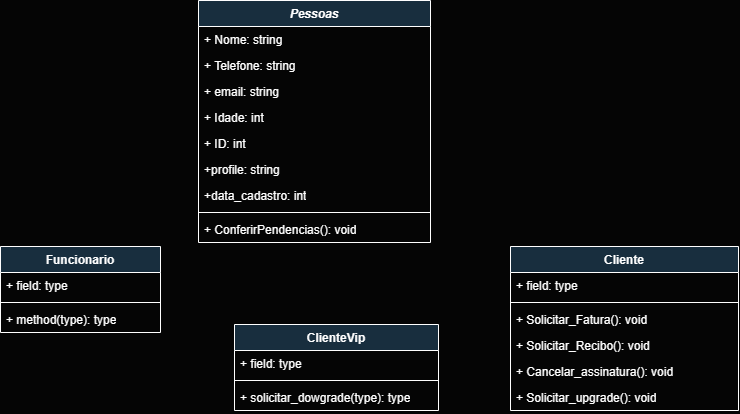
Joaobcamargos/POO-ProjetoFinal keeps this draw.io diagram as UML/ProjetoFinalUML.png. Above is the earlier version. Source tidied: cells renumbered, new cells last; positions are measured from the earlier drawing's top-left corner, leaving out a move shared by most shapes. Its diagram source:
```xml
<mxGraphModel background="#050505">
  <root>
    <mxCell id="0" />
    <mxCell id="1" parent="0" />
    <mxCell id="2" value="&lt;i&gt;Pessoas&lt;/i&gt;" style="swimlane;fontStyle=1;align=center;verticalAlign=top;horizontal=1;startSize=26;whiteSpace=wrap;html=1;strokeColor=#FFFFFF;fontColor=#FFFFFF;fillColor=#182E3E;" parent="1" vertex="1">
      <mxGeometry x="198" width="232" height="242" as="geometry" />
    </mxCell>
    <mxCell id="3" value="+ Nome: string" style="text;strokeColor=none;fillColor=none;align=left;verticalAlign=top;spacingLeft=4;spacingRight=4;overflow=hidden;whiteSpace=wrap;html=1;fontColor=#FFFFFF;" parent="2" vertex="1">
      <mxGeometry y="26" width="232" height="26" as="geometry" />
    </mxCell>
    <mxCell id="4" value="+ Telefone: string" style="text;strokeColor=none;fillColor=none;align=left;verticalAlign=top;spacingLeft=4;spacingRight=4;overflow=hidden;whiteSpace=wrap;html=1;fontColor=#FFFFFF;" parent="2" vertex="1">
      <mxGeometry y="52" width="232" height="26" as="geometry" />
    </mxCell>
    <mxCell id="5" value="+ email: string" style="text;strokeColor=none;fillColor=none;align=left;verticalAlign=top;spacingLeft=4;spacingRight=4;overflow=hidden;whiteSpace=wrap;html=1;fontColor=#FFFFFF;" parent="2" vertex="1">
      <mxGeometry y="78" width="232" height="26" as="geometry" />
    </mxCell>
    <mxCell id="6" value="+ Idade: int" style="text;strokeColor=none;fillColor=none;align=left;verticalAlign=top;spacingLeft=4;spacingRight=4;overflow=hidden;whiteSpace=wrap;html=1;fontColor=#FFFFFF;" parent="2" vertex="1">
      <mxGeometry y="104" width="232" height="26" as="geometry" />
    </mxCell>
    <mxCell id="7" value="+ ID: int" style="text;strokeColor=none;fillColor=none;align=left;verticalAlign=top;spacingLeft=4;spacingRight=4;overflow=hidden;whiteSpace=wrap;html=1;fontColor=#FFFFFF;" parent="2" vertex="1">
      <mxGeometry y="130" width="232" height="26" as="geometry" />
    </mxCell>
    <mxCell id="8" value="+profile: string" style="text;strokeColor=none;fillColor=none;align=left;verticalAlign=top;spacingLeft=4;spacingRight=4;overflow=hidden;whiteSpace=wrap;html=1;fontColor=#FFFFFF;" parent="2" vertex="1">
      <mxGeometry y="156" width="232" height="26" as="geometry" />
    </mxCell>
    <mxCell id="9" value="+data_cadastro: int" style="text;strokeColor=none;fillColor=none;align=left;verticalAlign=top;spacingLeft=4;spacingRight=4;overflow=hidden;whiteSpace=wrap;html=1;fontColor=#FFFFFF;" parent="2" vertex="1">
      <mxGeometry y="182" width="232" height="26" as="geometry" />
    </mxCell>
    <mxCell id="10" style="line;strokeWidth=1;fillColor=none;align=left;verticalAlign=middle;spacingTop=-1;spacingLeft=3;spacingRight=3;labelPosition=right;strokeColor=inherit;fontColor=#FFFFFF;" parent="2" vertex="1">
      <mxGeometry y="208" width="232" height="8" as="geometry" />
    </mxCell>
    <mxCell id="11" value="+ ConferirPendencias(): void" style="text;strokeColor=none;fillColor=none;align=left;verticalAlign=top;spacingLeft=4;spacingRight=4;overflow=hidden;whiteSpace=wrap;html=1;fontColor=#FFFFFF;" parent="2" vertex="1">
      <mxGeometry y="216" width="232" height="26" as="geometry" />
    </mxCell>
    <mxCell id="12" value="Cliente" style="swimlane;fontStyle=1;align=center;verticalAlign=top;horizontal=1;startSize=26;whiteSpace=wrap;html=1;strokeColor=#FFFFFF;fontColor=#FFFFFF;fillColor=#182E3E;" parent="1" vertex="1">
      <mxGeometry x="510" y="246" width="228" height="164" as="geometry" />
    </mxCell>
    <mxCell id="13" value="+ field: type" style="text;strokeColor=none;fillColor=none;align=left;verticalAlign=top;spacingLeft=4;spacingRight=4;overflow=hidden;whiteSpace=wrap;html=1;fontColor=#FFFFFF;" parent="12" vertex="1">
      <mxGeometry y="26" width="228" height="26" as="geometry" />
    </mxCell>
    <mxCell id="14" style="line;strokeWidth=1;fillColor=none;align=left;verticalAlign=middle;spacingTop=-1;spacingLeft=3;spacingRight=3;labelPosition=right;strokeColor=inherit;fontColor=#FFFFFF;" parent="12" vertex="1">
      <mxGeometry y="52" width="228" height="8" as="geometry" />
    </mxCell>
    <mxCell id="15" value="+ Solicitar_Fatura(): void" style="text;strokeColor=none;fillColor=none;align=left;verticalAlign=top;spacingLeft=4;spacingRight=4;overflow=hidden;whiteSpace=wrap;html=1;fontColor=#FFFFFF;" parent="12" vertex="1">
      <mxGeometry y="60" width="228" height="26" as="geometry" />
    </mxCell>
    <mxCell id="16" value="+ Solicitar_Recibo(): void" style="text;strokeColor=none;fillColor=none;align=left;verticalAlign=top;spacingLeft=4;spacingRight=4;overflow=hidden;whiteSpace=wrap;html=1;fontColor=#FFFFFF;" parent="12" vertex="1">
      <mxGeometry y="86" width="228" height="26" as="geometry" />
    </mxCell>
    <mxCell id="17" value="+ Cancelar_assinatura(): void" style="text;strokeColor=none;fillColor=none;align=left;verticalAlign=top;spacingLeft=4;spacingRight=4;overflow=hidden;whiteSpace=wrap;html=1;fontColor=#FFFFFF;" parent="12" vertex="1">
      <mxGeometry y="112" width="228" height="26" as="geometry" />
    </mxCell>
    <mxCell id="18" value="+ Solicitar_upgrade(): void" style="text;strokeColor=none;fillColor=none;align=left;verticalAlign=top;spacingLeft=4;spacingRight=4;overflow=hidden;whiteSpace=wrap;html=1;fontColor=#FFFFFF;" parent="12" vertex="1">
      <mxGeometry y="138" width="228" height="26" as="geometry" />
    </mxCell>
    <mxCell id="19" value="Funcionario&lt;div&gt;&lt;br&gt;&lt;/div&gt;" style="swimlane;fontStyle=1;align=center;verticalAlign=top;horizontal=1;startSize=26;whiteSpace=wrap;html=1;strokeColor=#FFFFFF;fontColor=#FFFFFF;fillColor=#182E3E;" parent="1" vertex="1">
      <mxGeometry y="246" width="160" height="86" as="geometry" />
    </mxCell>
    <mxCell id="20" value="+ field: type" style="text;strokeColor=none;fillColor=none;align=left;verticalAlign=top;spacingLeft=4;spacingRight=4;overflow=hidden;whiteSpace=wrap;html=1;fontColor=#FFFFFF;" parent="19" vertex="1">
      <mxGeometry y="26" width="160" height="26" as="geometry" />
    </mxCell>
    <mxCell id="21" style="line;strokeWidth=1;fillColor=none;align=left;verticalAlign=middle;spacingTop=-1;spacingLeft=3;spacingRight=3;labelPosition=right;strokeColor=inherit;fontColor=#FFFFFF;" parent="19" vertex="1">
      <mxGeometry y="52" width="160" height="8" as="geometry" />
    </mxCell>
    <mxCell id="22" value="+ method(type): type" style="text;strokeColor=none;fillColor=none;align=left;verticalAlign=top;spacingLeft=4;spacingRight=4;overflow=hidden;whiteSpace=wrap;html=1;fontColor=#FFFFFF;" parent="19" vertex="1">
      <mxGeometry y="60" width="160" height="26" as="geometry" />
    </mxCell>
    <mxCell id="23" value="ClienteVip" style="swimlane;fontStyle=1;align=center;verticalAlign=top;horizontal=1;startSize=26;whiteSpace=wrap;html=1;strokeColor=#FFFFFF;fontColor=#FFFFFF;fillColor=#182E3E;" parent="1" vertex="1">
      <mxGeometry x="234" y="324" width="204" height="86" as="geometry" />
    </mxCell>
    <mxCell id="24" value="+ field: type" style="text;strokeColor=none;fillColor=none;align=left;verticalAlign=top;spacingLeft=4;spacingRight=4;overflow=hidden;whiteSpace=wrap;html=1;fontColor=#FFFFFF;" parent="23" vertex="1">
      <mxGeometry y="26" width="204" height="26" as="geometry" />
    </mxCell>
    <mxCell id="25" style="line;strokeWidth=1;fillColor=none;align=left;verticalAlign=middle;spacingTop=-1;spacingLeft=3;spacingRight=3;labelPosition=right;strokeColor=inherit;fontColor=#FFFFFF;" parent="23" vertex="1">
      <mxGeometry y="52" width="204" height="8" as="geometry" />
    </mxCell>
    <mxCell id="26" value="+ solicitar_dowgrade(type): type" style="text;strokeColor=none;fillColor=none;align=left;verticalAlign=top;spacingLeft=4;spacingRight=4;overflow=hidden;whiteSpace=wrap;html=1;fontColor=#FFFFFF;" parent="23" vertex="1">
      <mxGeometry y="60" width="204" height="26" as="geometry" />
    </mxCell>
  </root>
</mxGraphModel>
```
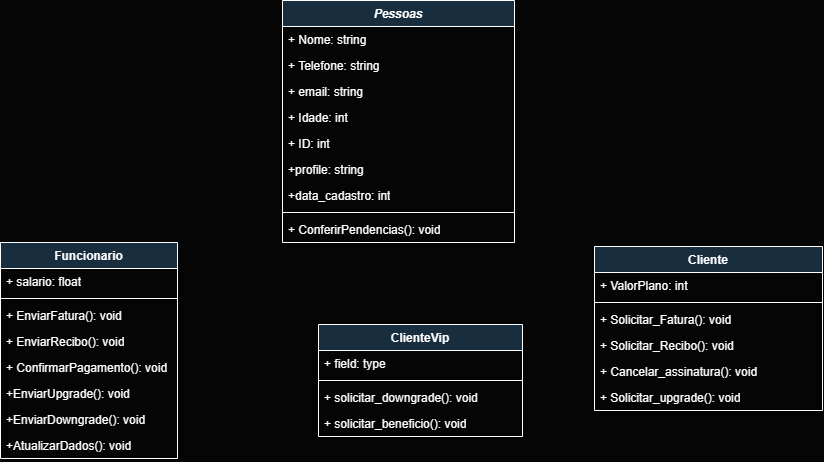
Later version of the same file.

Change to the diagram source:
```diff
@@ -35,7 +35,7 @@
     <mxCell id="12" value="Cliente" style="swimlane;fontStyle=1;align=center;verticalAlign=top;horizontal=1;startSize=26;whiteSpace=wrap;html=1;strokeColor=#FFFFFF;fontColor=#FFFFFF;fillColor=#182E3E;" parent="1" vertex="1">
       <mxGeometry x="510" y="246" width="228" height="164" as="geometry" />
     </mxCell>
-    <mxCell id="13" value="+ field: type" style="text;strokeColor=none;fillColor=none;align=left;verticalAlign=top;spacingLeft=4;spacingRight=4;overflow=hidden;whiteSpace=wrap;html=1;fontColor=#FFFFFF;" parent="12" vertex="1">
+    <mxCell id="13" value="+ ValorPlano: int" style="text;strokeColor=none;fillColor=none;align=left;verticalAlign=top;spacingLeft=4;spacingRight=4;overflow=hidden;whiteSpace=wrap;html=1;fontColor=#FFFFFF;" parent="12" vertex="1">
       <mxGeometry y="26" width="228" height="26" as="geometry" />
     </mxCell>
     <mxCell id="14" style="line;strokeWidth=1;fillColor=none;align=left;verticalAlign=middle;spacingTop=-1;spacingLeft=3;spacingRight=3;labelPosition=right;strokeColor=inherit;fontColor=#FFFFFF;" parent="12" vertex="1">
@@ -54,19 +54,34 @@
       <mxGeometry y="138" width="228" height="26" as="geometry" />
     </mxCell>
     <mxCell id="19" value="Funcionario&lt;div&gt;&lt;br&gt;&lt;/div&gt;" style="swimlane;fontStyle=1;align=center;verticalAlign=top;horizontal=1;startSize=26;whiteSpace=wrap;html=1;strokeColor=#FFFFFF;fontColor=#FFFFFF;fillColor=#182E3E;" parent="1" vertex="1">
-      <mxGeometry y="246" width="160" height="86" as="geometry" />
+      <mxGeometry x="-84" y="242" width="177" height="216" as="geometry" />
     </mxCell>
-    <mxCell id="20" value="+ field: type" style="text;strokeColor=none;fillColor=none;align=left;verticalAlign=top;spacingLeft=4;spacingRight=4;overflow=hidden;whiteSpace=wrap;html=1;fontColor=#FFFFFF;" parent="19" vertex="1">
-      <mxGeometry y="26" width="160" height="26" as="geometry" />
+    <mxCell id="20" value="+ salario: float" style="text;strokeColor=none;fillColor=none;align=left;verticalAlign=top;spacingLeft=4;spacingRight=4;overflow=hidden;whiteSpace=wrap;html=1;fontColor=#FFFFFF;" parent="19" vertex="1">
+      <mxGeometry y="26" width="177" height="26" as="geometry" />
     </mxCell>
     <mxCell id="21" style="line;strokeWidth=1;fillColor=none;align=left;verticalAlign=middle;spacingTop=-1;spacingLeft=3;spacingRight=3;labelPosition=right;strokeColor=inherit;fontColor=#FFFFFF;" parent="19" vertex="1">
-      <mxGeometry y="52" width="160" height="8" as="geometry" />
+      <mxGeometry y="52" width="177" height="8" as="geometry" />
     </mxCell>
+    <mxCell id="27" value="+ EnviarFatura(): void" style="text;strokeColor=none;fillColor=none;align=left;verticalAlign=top;spacingLeft=4;spacingRight=4;overflow=hidden;whiteSpace=wrap;html=1;fontColor=#FFFFFF;" parent="19" vertex="1">
+      <mxGeometry y="60" width="177" height="26" as="geometry" />
+    </mxCell>
+    <mxCell id="28" value="+ EnviarRecibo(): void" style="text;strokeColor=none;fillColor=none;align=left;verticalAlign=top;spacingLeft=4;spacingRight=4;overflow=hidden;whiteSpace=wrap;html=1;fontColor=#FFFFFF;" parent="19" vertex="1">
+      <mxGeometry y="86" width="177" height="26" as="geometry" />
+    </mxCell>
+    <mxCell id="29" value="+ ConfirmarPagamento(): void" style="text;strokeColor=none;fillColor=none;align=left;verticalAlign=top;spacingLeft=4;spacingRight=4;overflow=hidden;whiteSpace=wrap;html=1;fontColor=#FFFFFF;" parent="19" vertex="1">
+      <mxGeometry y="112" width="177" height="26" as="geometry" />
+    </mxCell>
+    <mxCell id="30" value="+EnviarUpgrade(): void" style="text;strokeColor=none;fillColor=none;align=left;verticalAlign=top;spacingLeft=4;spacingRight=4;overflow=hidden;whiteSpace=wrap;html=1;fontColor=#FFFFFF;" parent="19" vertex="1">
+      <mxGeometry y="138" width="177" height="26" as="geometry" />
+    </mxCell>
+    <mxCell id="31" value="+EnviarDowngrade(): void" style="text;strokeColor=none;fillColor=none;align=left;verticalAlign=top;spacingLeft=4;spacingRight=4;overflow=hidden;whiteSpace=wrap;html=1;fontColor=#FFFFFF;" parent="19" vertex="1">
+      <mxGeometry y="164" width="177" height="26" as="geometry" />
+    </mxCell>
-    <mxCell id="22" value="+ method(type): type" style="text;strokeColor=none;fillColor=none;align=left;verticalAlign=top;spacingLeft=4;spacingRight=4;overflow=hidden;whiteSpace=wrap;html=1;fontColor=#FFFFFF;" parent="19" vertex="1">
-      <mxGeometry y="60" width="160" height="26" as="geometry" />
+    <mxCell id="22" value="+AtualizarDados(): void" style="text;strokeColor=none;fillColor=none;align=left;verticalAlign=top;spacingLeft=4;spacingRight=4;overflow=hidden;whiteSpace=wrap;html=1;fontColor=#FFFFFF;" parent="19" vertex="1">
+      <mxGeometry y="190" width="177" height="26" as="geometry" />
     </mxCell>
     <mxCell id="23" value="ClienteVip" style="swimlane;fontStyle=1;align=center;verticalAlign=top;horizontal=1;startSize=26;whiteSpace=wrap;html=1;strokeColor=#FFFFFF;fontColor=#FFFFFF;fillColor=#182E3E;" parent="1" vertex="1">
-      <mxGeometry x="234" y="324" width="204" height="86" as="geometry" />
+      <mxGeometry x="234" y="324" width="204" height="112" as="geometry" />
     </mxCell>
     <mxCell id="24" value="+ field: type" style="text;strokeColor=none;fillColor=none;align=left;verticalAlign=top;spacingLeft=4;spacingRight=4;overflow=hidden;whiteSpace=wrap;html=1;fontColor=#FFFFFF;" parent="23" vertex="1">
       <mxGeometry y="26" width="204" height="26" as="geometry" />
@@ -74,8 +89,11 @@
     <mxCell id="25" style="line;strokeWidth=1;fillColor=none;align=left;verticalAlign=middle;spacingTop=-1;spacingLeft=3;spacingRight=3;labelPosition=right;strokeColor=inherit;fontColor=#FFFFFF;" parent="23" vertex="1">
       <mxGeometry y="52" width="204" height="8" as="geometry" />
     </mxCell>
+    <mxCell id="32" value="+ solicitar_downgrade(): void" style="text;strokeColor=none;fillColor=none;align=left;verticalAlign=top;spacingLeft=4;spacingRight=4;overflow=hidden;whiteSpace=wrap;html=1;fontColor=#FFFFFF;" parent="23" vertex="1">
+      <mxGeometry y="60" width="204" height="26" as="geometry" />
+    </mxCell>
-    <mxCell id="26" value="+ solicitar_dowgrade(type): type" style="text;strokeColor=none;fillColor=none;align=left;verticalAlign=top;spacingLeft=4;spacingRight=4;overflow=hidden;whiteSpace=wrap;html=1;fontColor=#FFFFFF;" parent="23" vertex="1">
-      <mxGeometry y="60" width="204" height="26" as="geometry" />
+    <mxCell id="26" value="+ solicitar_beneficio(): void" style="text;strokeColor=none;fillColor=none;align=left;verticalAlign=top;spacingLeft=4;spacingRight=4;overflow=hidden;whiteSpace=wrap;html=1;fontColor=#FFFFFF;" parent="23" vertex="1">
+      <mxGeometry y="86" width="204" height="26" as="geometry" />
     </mxCell>
   </root>
 </mxGraphModel>
```
